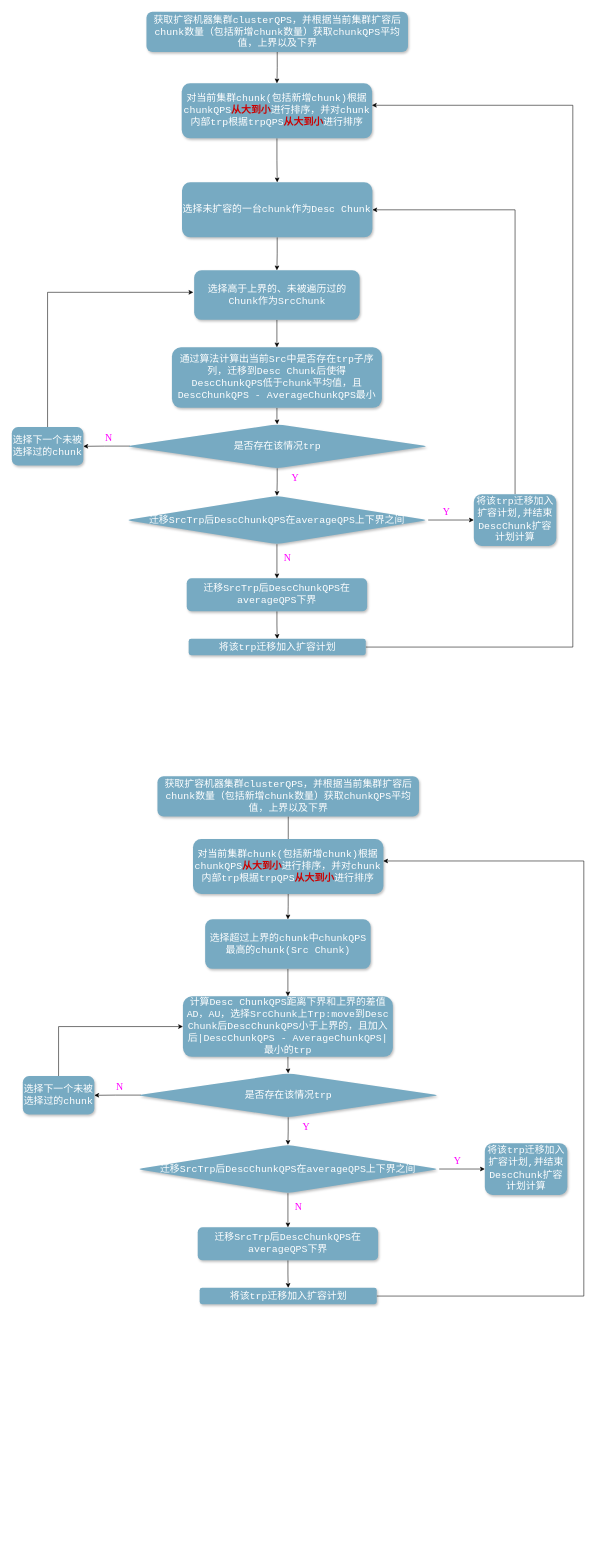
SoraNimi/lbs-master keeps this draw.io diagram as page "TRP扩容" (5 of 15) of Untitled Diagram.drawio. Above is the earlier version. Source tidied: cells renumbered, new cells numbered last; positions are measured from the earlier drawing's top-left corner, leaving out a move shared by most shapes. Both pictures are drawn from the tidied source at 55%, with x=0, y=0 at pixel (12, 12).
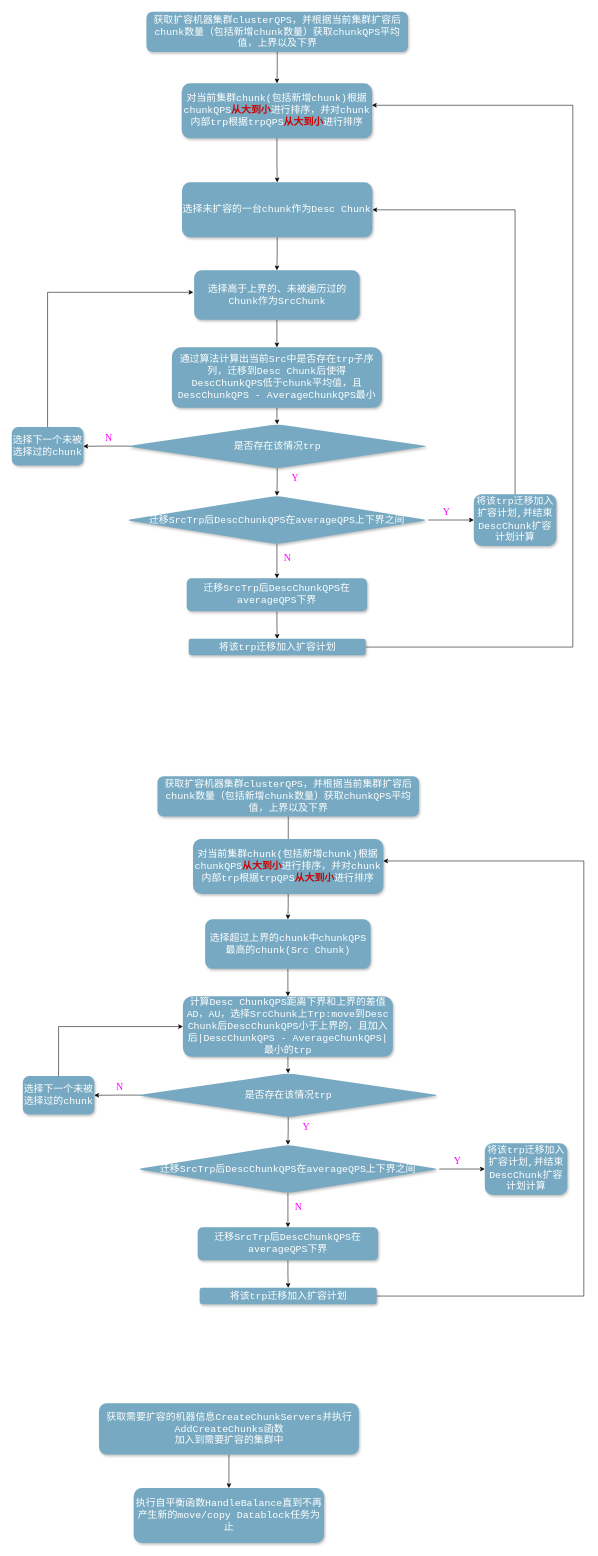
The same page after the edit.

What changed in the source:
```diff
@@
+    <mxCell id="55" style="edgeStyle=orthogonalEdgeStyle;rounded=0;jettySize=auto;html=1;fontSize=14;" parent="1" edge="1" source="56" target="57">
+      <mxGeometry relative="1" as="geometry" />
+    </mxCell>
+    <mxCell id="56" value="&lt;span style=&quot;font-size: 18px&quot;&gt;获取需要扩容的机器信息CreateChunkServers并执行AddCreateChunks函数&lt;/span&gt;&lt;br&gt;&lt;span style=&quot;font-size: 18px&quot;&gt;加入到需要扩容的集群中&lt;/span&gt;" style="rounded=1;whiteSpace=wrap;html=1;fillColor=#77aac2;strokeColor=none;shadow=1;glass=0;comic=0;gradientColor=none;fontFamily=Courier New;fontColor=#FFFFFF;" parent="1" vertex="1">
+      <mxGeometry x="158.5" y="2530" width="472.5" height="93" as="geometry" />
+    </mxCell>
+    <mxCell id="57" value="&lt;span style=&quot;font-size: 18px&quot;&gt;执行自平衡函数HandleBalance直到不再产生新的move/copy Datablock任务为止&lt;/span&gt;" style="rounded=1;whiteSpace=wrap;html=1;fillColor=#77aac2;strokeColor=none;shadow=1;glass=0;comic=0;gradientColor=none;fontFamily=Courier New;fontColor=#FFFFFF;" parent="1" vertex="1">
+      <mxGeometry x="221.6" y="2684" width="346.2" height="100" as="geometry" />
+    </mxCell>
```
